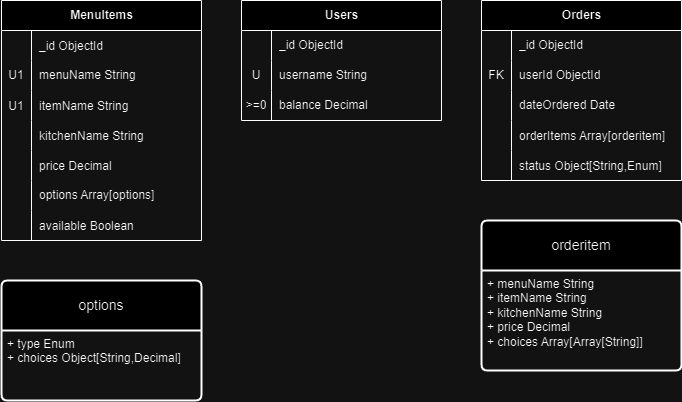
Ursinus-JJJKA/lower-wismer-ordering-server keeps this draw.io diagram as zacksfoodcourt.png. Above is the earlier version. Source tidied: cells renumbered, new cells last; positions are measured from the earlier drawing's top-left corner, leaving out a move shared by most shapes.
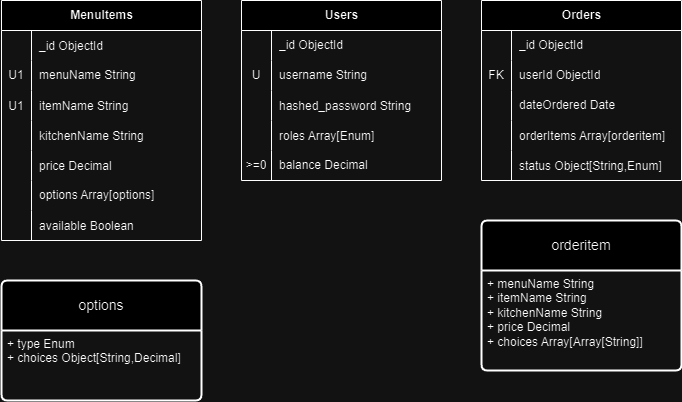
The same diagram one commit later.

What changed in the source:
```diff
@@ -117,7 +117,7 @@
       <mxGeometry x="30" width="170" height="30" as="geometry" />
     </mxCell>
     <mxCell id="40" value="Users" style="shape=table;startSize=30;rowLines=0;fontStyle=1;align=center;html=1;" parent="1" vertex="1">
-      <mxGeometry x="240" width="200" height="120" as="geometry" />
+      <mxGeometry x="240" width="200" height="180" as="geometry" />
     </mxCell>
     <mxCell id="41" style="shape=tableRow;horizontal=0;startSize=0;swimlaneHead=0;swimlaneBody=0;fillColor=none;top=0;left=0;right=0;bottom=0;" parent="40" vertex="1">
       <mxGeometry y="30" width="200" height="30" as="geometry" />
@@ -137,8 +137,26 @@
     <mxCell id="46" value="username String" style="shape=partialRectangle;fillColor=none;top=0;left=0;bottom=0;right=0;align=left;spacingLeft=6;overflow=hidden;whiteSpace=wrap;html=1;" parent="44" vertex="1">
       <mxGeometry x="30" width="170" height="30" as="geometry" />
     </mxCell>
+    <mxCell id="54" style="shape=tableRow;horizontal=0;startSize=0;swimlaneHead=0;swimlaneBody=0;fillColor=none;top=0;left=0;right=0;bottom=0;" parent="40" vertex="1">
+      <mxGeometry y="90" width="200" height="30" as="geometry" />
+    </mxCell>
+    <mxCell id="55" style="shape=partialRectangle;fillColor=none;top=0;left=0;bottom=0;right=0;overflow=hidden;" parent="54" vertex="1">
+      <mxGeometry width="30" height="30" as="geometry" />
+    </mxCell>
+    <mxCell id="56" value="hashed_password String" style="shape=partialRectangle;fillColor=none;top=0;left=0;bottom=0;right=0;align=left;spacingLeft=6;overflow=hidden;" parent="54" vertex="1">
+      <mxGeometry x="30" width="170" height="30" as="geometry" />
+    </mxCell>
+    <mxCell id="57" style="shape=tableRow;horizontal=0;startSize=0;swimlaneHead=0;swimlaneBody=0;fillColor=none;top=0;left=0;right=0;bottom=0;" parent="40" vertex="1">
+      <mxGeometry y="120" width="200" height="30" as="geometry" />
+    </mxCell>
+    <mxCell id="58" style="shape=partialRectangle;fillColor=none;top=0;left=0;bottom=0;right=0;overflow=hidden;" parent="57" vertex="1">
+      <mxGeometry width="30" height="30" as="geometry" />
+    </mxCell>
+    <mxCell id="59" value="roles Array[Enum]" style="shape=partialRectangle;fillColor=none;top=0;left=0;bottom=0;right=0;align=left;spacingLeft=6;overflow=hidden;" parent="57" vertex="1">
+      <mxGeometry x="30" width="170" height="30" as="geometry" />
+    </mxCell>
     <mxCell id="47" style="shape=tableRow;horizontal=0;startSize=0;swimlaneHead=0;swimlaneBody=0;fillColor=none;top=0;left=0;right=0;bottom=0;" parent="40" vertex="1">
-      <mxGeometry y="90" width="200" height="30" as="geometry" />
+      <mxGeometry y="150" width="200" height="30" as="geometry" />
     </mxCell>
     <mxCell id="48" value="&amp;gt;=0" style="shape=partialRectangle;fillColor=none;top=0;left=0;bottom=0;right=0;overflow=hidden;whiteSpace=wrap;html=1;" parent="47" vertex="1">
       <mxGeometry width="30" height="30" as="geometry" />
```
